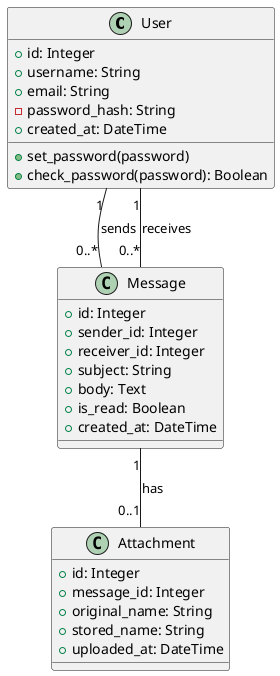
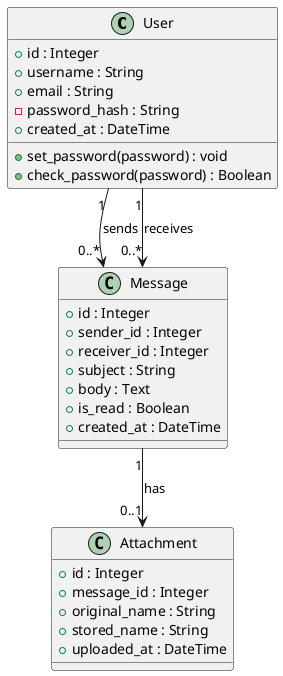
@startuml
+ 
class User {
-   +id: Integer
-   +username: String
-   +email: String
-   -password_hash: String
-   +created_at: DateTime
-   +set_password(password)
-   +check_password(password): Boolean
+     +id : Integer
+     +username : String
+     +email : String
+     -password_hash : String
+     +created_at : DateTime
+ 
+     +set_password(password) : void
+     +check_password(password) : Boolean
}
+ 
class Message {
-   +id: Integer
-   +sender_id: Integer
-   +receiver_id: Integer
-   +subject: String
-   +body: Text
-   +is_read: Boolean
-   +created_at: DateTime
+     +id : Integer
+     +sender_id : Integer
+     +receiver_id : Integer
+     +subject : String
+     +body : Text
+     +is_read : Boolean
+     +created_at : DateTime
}
+ 
class Attachment {
-   +id: Integer
-   +message_id: Integer
-   +original_name: String
-   +stored_name: String
-   +uploaded_at: DateTime
+     +id : Integer
+     +message_id : Integer
+     +original_name : String
+     +stored_name : String
+     +uploaded_at : DateTime
}
- User "1" -- "0..*" Message : sends
- User "1" -- "0..*" Message : receives
- Message "1" -- "0..1" Attachment : has
+ 
+ User "1" --> "0..*" Message : sends
+ User "1" --> "0..*" Message : receives
+ Message "1" --> "0..1" Attachment : has
+ 
+ 
@enduml
